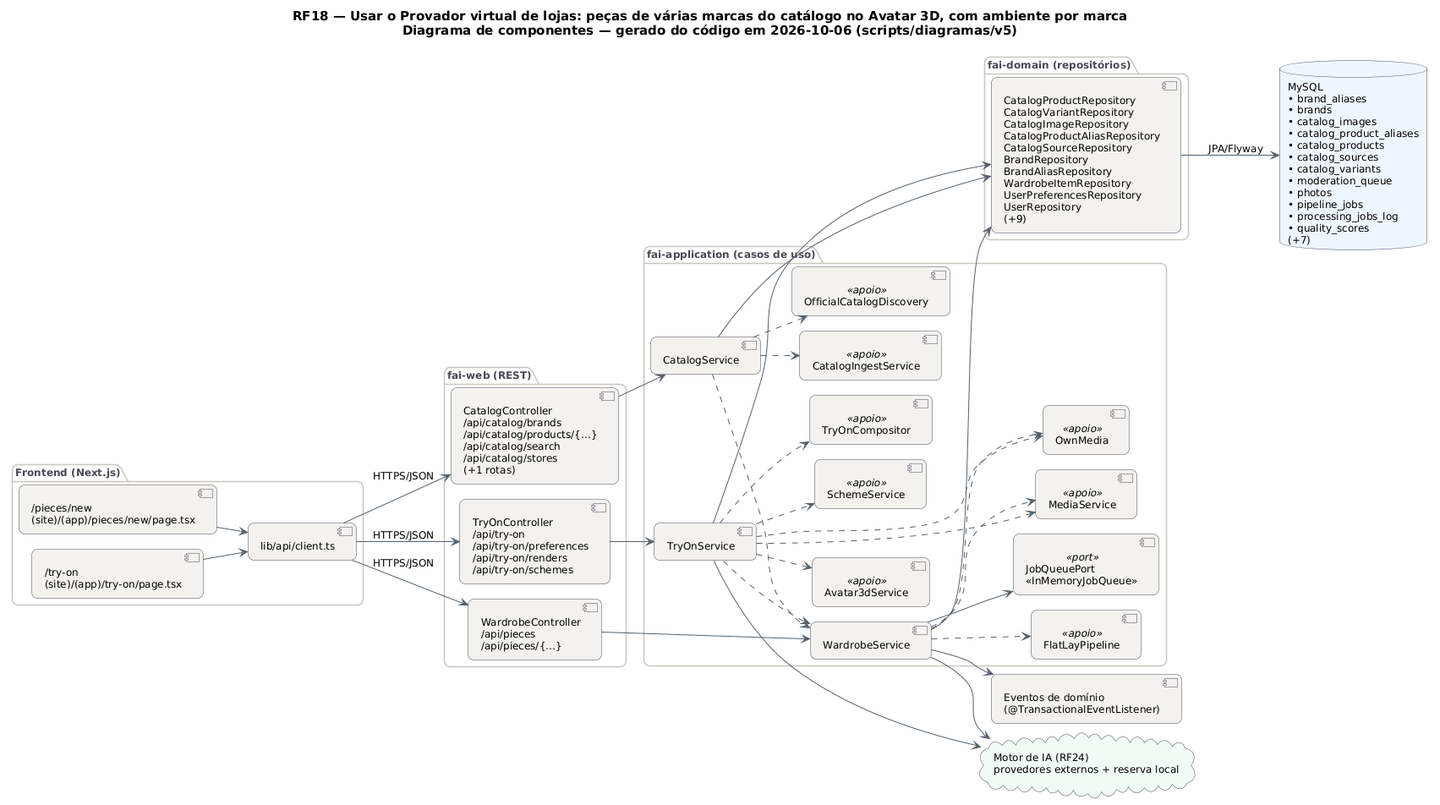
Earlier version of the PlantUML export docs/diagramas/RF18/RF18_Componentes.png (MatheusHaliski/tcc-2026-fashion-ai-backend).
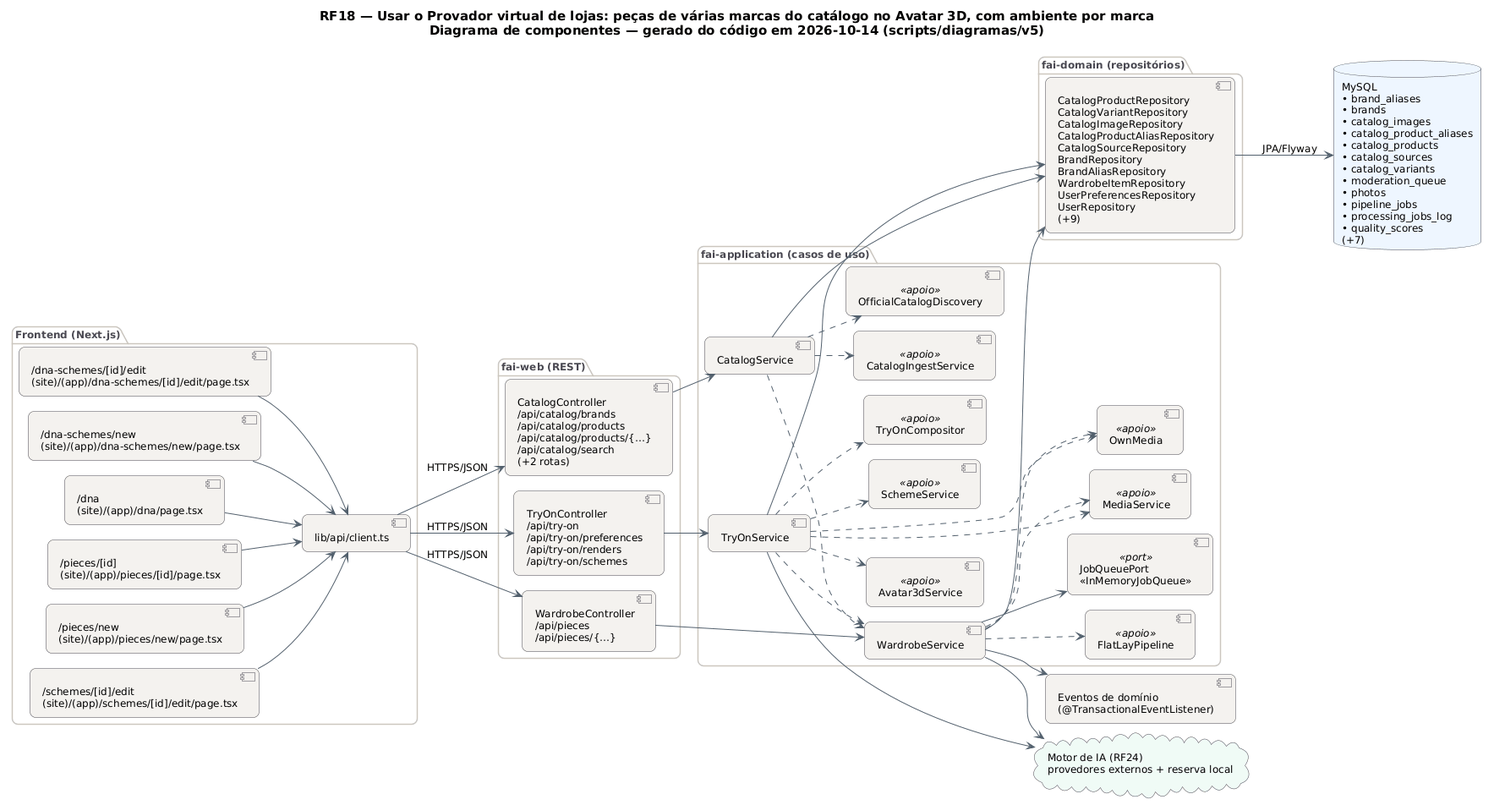
After the commit.

Change to the diagram source:
```diff
@@ -29,15 +29,19 @@
   BorderColor #4A4852
 }
 left to right direction
-title RF18 — Usar o Provador virtual de lojas: peças de várias marcas do catálogo no Avatar 3D, com ambiente por marca\nDiagrama de componentes — gerado do código em 2026-10-06 (scripts/diagramas/v5)
+title RF18 — Usar o Provador virtual de lojas: peças de várias marcas do catálogo no Avatar 3D, com ambiente por marca\nDiagrama de componentes — gerado do código em 2026-10-14 (scripts/diagramas/v5)
 
 package "Frontend (Next.js)" {
-  component "/pieces/new\n(site)/(app)/pieces/new/page.tsx" as FE0
-  component "/try-on\n(site)/(app)/try-on/page.tsx" as FE1
+  component "/dna-schemes/[id]/edit\n(site)/(app)/dna-schemes/[id]/edit/page.tsx" as FE0
+  component "/dna-schemes/new\n(site)/(app)/dna-schemes/new/page.tsx" as FE1
+  component "/dna\n(site)/(app)/dna/page.tsx" as FE2
+  component "/pieces/[id]\n(site)/(app)/pieces/[id]/page.tsx" as FE3
+  component "/pieces/new\n(site)/(app)/pieces/new/page.tsx" as FE4
+  component "/schemes/[id]/edit\n(site)/(app)/schemes/[id]/edit/page.tsx" as FE5
   component "lib/api/client.ts" as APIC
 }
 package "fai-web (REST)" {
-  component "CatalogController\n/api/catalog/brands\n/api/catalog/products/{…}\n/api/catalog/search\n/api/catalog/stores\n(+1 rotas)" as CatalogController
+  component "CatalogController\n/api/catalog/brands\n/api/catalog/products\n/api/catalog/products/{…}\n/api/catalog/search\n(+2 rotas)" as CatalogController
   component "TryOnController\n/api/try-on\n/api/try-on/preferences\n/api/try-on/renders\n/api/try-on/schemes" as TryOnController
   component "WardrobeController\n/api/pieces\n/api/pieces/{…}" as WardrobeController
 }
@@ -71,6 +75,10 @@
 CatalogService ..> WardrobeService
 FE0 --> APIC
 FE1 --> APIC
+FE2 --> APIC
+FE3 --> APIC
+FE4 --> APIC
+FE5 --> APIC
 REPO_MySQL --> DB_MySQL : JPA/Flyway
 TryOnController --> TryOnService
 TryOnService --> AI
```
